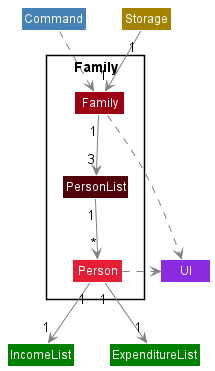
The PlantUML diagram docs/images/FamilyComponent.png in nus-cs2113-AY2122S2/tp, before a commit.
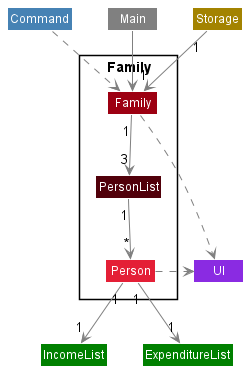
Above is the later version.

Commit message:
Add Main to Family component UML diagram

The edit, as a diff of the source:
```diff
@@ -8,12 +8,15 @@
 }
 
 class Command COMMAND_COLOR
+class Main #grey
 class UI UI_COLOR
 class Storage STORAGE_COLOR
 class IncomeList MONEY_COLOR
 class ExpenditureList MONEY_COLOR
 
 Command -down[#grey].> Family
+
+Main -down[#grey]-> Family
 
 Storage "1" -down[#grey]-> "1" Family
 
```
